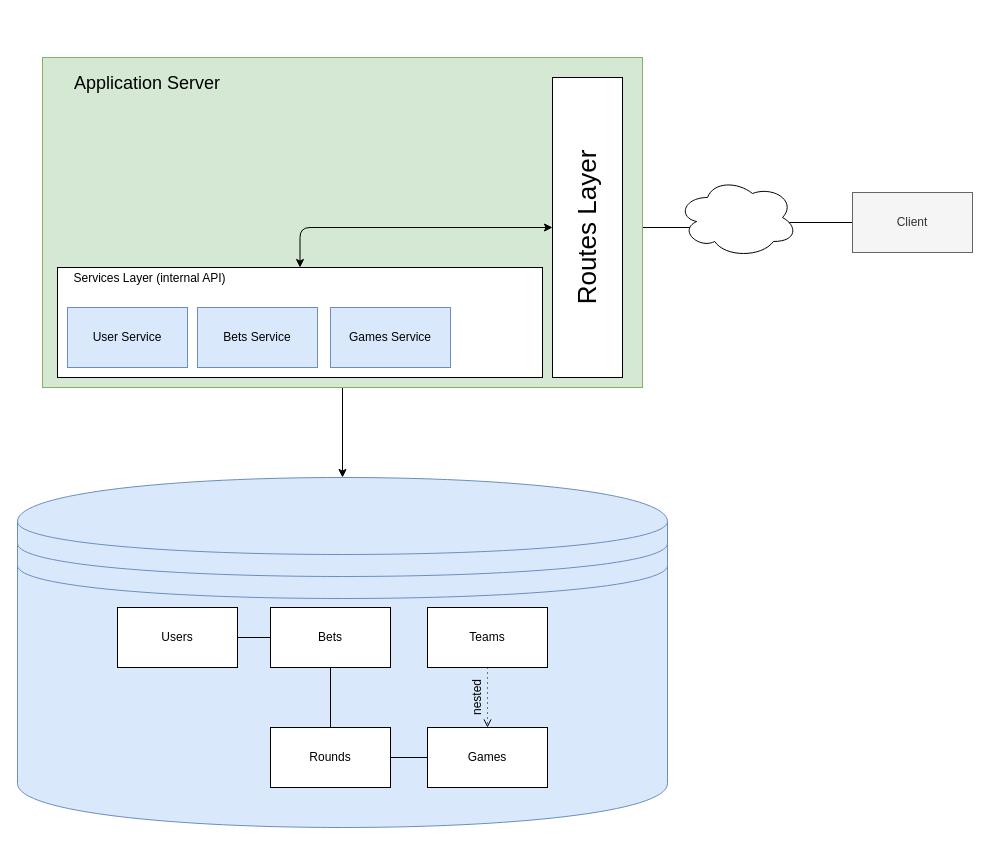
Earlier version of the draw.io diagram docs/images/architecture.drawio (msc-dtss/super6assignment). Source tidied: cells renumbered, new cells numbered last; positions are measured from the earlier drawing's top-left corner, leaving out a move shared by most shapes. Both pictures are drawn from the tidied source at 100%, with x=0, y=0 at pixel (17, 57).
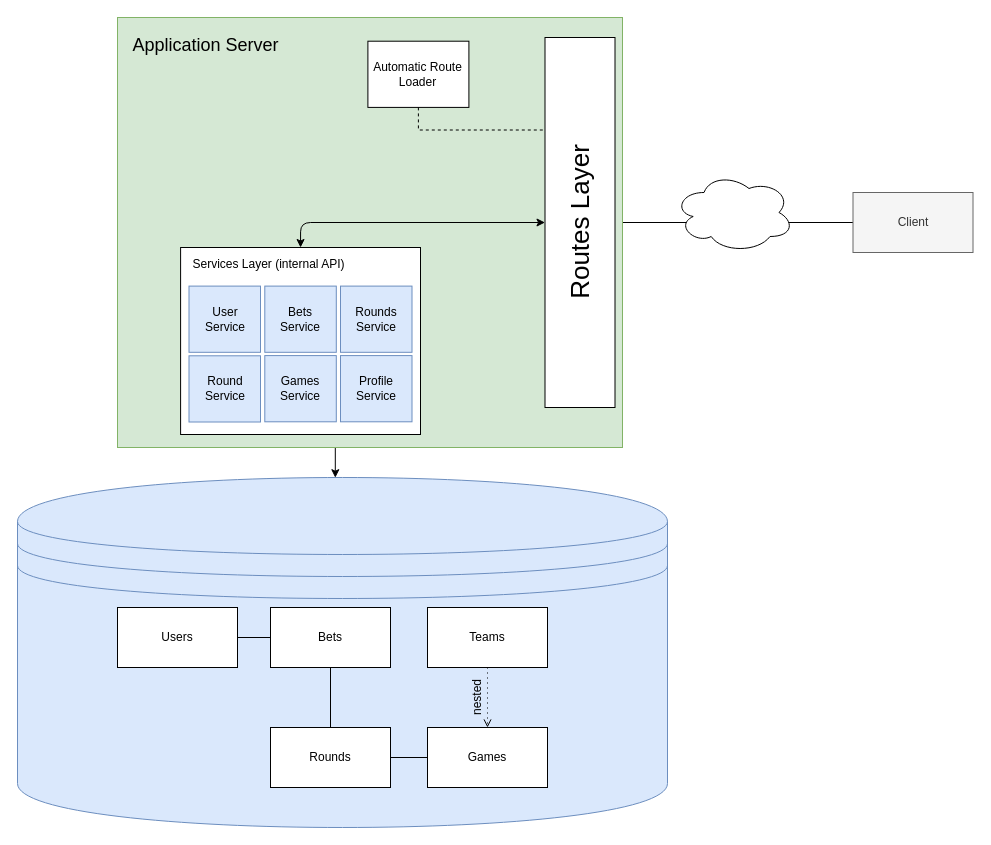
The same page after the edit.

The change refers to these unchanged cells:
```xml
<mxCell id="2" style="shape=datastore;whiteSpace=wrap;html=1;fillColor=#dae8fc;strokeColor=#6c8ebf;" parent="1" vertex="1">
  <mxGeometry y="420" width="650" height="350" as="geometry" />
</mxCell>
```

Diff of the diagram source:
```diff
@@
-    <mxCell id="3" style="edgeStyle=orthogonalEdgeStyle;rounded=0;jettySize=auto;html=1;entryX=0.5;entryY=0;entryDx=0;entryDy=0;" parent="1" edge="1" source="18" target="2">
-      <mxGeometry relative="1" as="geometry" />
+    <mxCell id="3" style="edgeStyle=orthogonalEdgeStyle;rounded=0;orthogonalLoop=1;jettySize=auto;html=1;entryX=0.5;entryY=0;entryDx=0;entryDy=0;" parent="1" edge="1">
+      <mxGeometry relative="1" as="geometry">
+        <mxPoint x="317.8" y="390" as="sourcePoint" />
+        <mxPoint x="317.8" y="420.2" as="targetPoint" />
+      </mxGeometry>
     </mxCell>
@@
     <mxCell id="14" style="ellipse;shape=cloud;whiteSpace=wrap;html=1;fontSize=26;" parent="1" vertex="1">
-      <mxGeometry x="660" y="120" width="120" height="80" as="geometry" />
+      <mxGeometry x="656.5" y="115" width="120" height="80" as="geometry" />
     </mxCell>
@@
     <mxCell id="16" value="Client" style="rounded=0;whiteSpace=wrap;html=1;fillColor=#f5f5f5;strokeColor=#666666;fontColor=#333333;" parent="1" vertex="1">
-      <mxGeometry x="835" y="135" width="120" height="60" as="geometry" />
+      <mxGeometry x="835.5" y="135" width="120" height="60" as="geometry" />
     </mxCell>
     <mxCell id="17" style="group;" parent="1" vertex="1">
-      <mxGeometry x="25" width="600" height="330" as="geometry" />
+      <mxGeometry x="100" y="-40" width="505" height="430" as="geometry" />
     </mxCell>
     <mxCell id="18" style="rounded=0;whiteSpace=wrap;html=1;fillColor=#d5e8d4;strokeColor=#82b366;" parent="17" vertex="1">
-      <mxGeometry width="600" height="330" as="geometry" />
+      <mxGeometry width="505" height="430" as="geometry" />
     </mxCell>
     <mxCell id="19" style="rounded=0;whiteSpace=wrap;html=1;fillColor=#ffffff;gradientColor=none;" parent="17" vertex="1">
-      <mxGeometry x="15" y="210" width="485" height="110" as="geometry" />
+      <mxGeometry x="63.1" y="230" width="239.9" height="187" as="geometry" />
     </mxCell>
     <mxCell id="20" value="&lt;font style=&quot;font-size: 18px&quot;&gt;Application Server&lt;/font&gt;" style="text;html=1;strokeColor=none;fillColor=none;align=center;verticalAlign=middle;whiteSpace=wrap;rounded=0;" parent="17" vertex="1">
-      <mxGeometry width="210" height="51.6" as="geometry" />
+      <mxGeometry width="176.8" height="56.9" as="geometry" />
     </mxCell>
     <mxCell id="21" value="Services Layer (internal API)" style="text;html=1;strokeColor=none;fillColor=none;align=center;verticalAlign=middle;whiteSpace=wrap;rounded=0;" parent="17" vertex="1">
-      <mxGeometry x="15" y="210" width="185" height="21" as="geometry" />
+      <mxGeometry x="63" y="235" width="177" height="23" as="geometry" />
     </mxCell>
-    <mxCell id="22" value="User Service" style="rounded=0;whiteSpace=wrap;html=1;fillColor=#dae8fc;strokeColor=#6c8ebf;" parent="17" vertex="1">
-      <mxGeometry x="25" y="250" width="120" height="60" as="geometry" />
+    <mxCell id="22" value="User&lt;br&gt;Service" style="rounded=0;whiteSpace=wrap;html=1;fillColor=#dae8fc;strokeColor=#6c8ebf;" parent="17" vertex="1">
+      <mxGeometry x="71.5" y="268.6" width="71.5" height="66.2" as="geometry" />
     </mxCell>
-    <mxCell id="23" value="Bets Service" style="rounded=0;whiteSpace=wrap;html=1;fillColor=#dae8fc;strokeColor=#6c8ebf;" parent="17" vertex="1">
-      <mxGeometry x="155" y="250" width="120" height="60" as="geometry" />
+    <mxCell id="23" value="Bets&lt;br&gt;Service" style="rounded=0;whiteSpace=wrap;html=1;fillColor=#dae8fc;strokeColor=#6c8ebf;" parent="17" vertex="1">
+      <mxGeometry x="147.3" y="268.6" width="71.5" height="66.2" as="geometry" />
     </mxCell>
     <mxCell id="24" value="Games Service" style="rounded=0;whiteSpace=wrap;html=1;fillColor=#dae8fc;strokeColor=#6c8ebf;" parent="17" vertex="1">
-      <mxGeometry x="288" y="250" width="120" height="60" as="geometry" />
+      <mxGeometry x="147.3" y="338.1" width="71.5" height="66.2" as="geometry" />
     </mxCell>
+    <mxCell id="27" value="Automatic Route Loader" style="rounded=0;whiteSpace=wrap;html=1;" parent="17" vertex="1">
+      <mxGeometry x="250.4" y="23.7" width="101" height="66.2" as="geometry" />
+    </mxCell>
+    <mxCell id="28" value="Profile Service" style="rounded=0;whiteSpace=wrap;html=1;fillColor=#dae8fc;strokeColor=#6c8ebf;" parent="17" vertex="1">
+      <mxGeometry x="223" y="338.1" width="71.5" height="66.2" as="geometry" />
+    </mxCell>
+    <mxCell id="29" value="Round Service" style="rounded=0;whiteSpace=wrap;html=1;fillColor=#dae8fc;strokeColor=#6c8ebf;" parent="17" vertex="1">
+      <mxGeometry x="71.5" y="338.3" width="71.5" height="66.2" as="geometry" />
+    </mxCell>
+    <mxCell id="30" value="Rounds Service" style="rounded=0;whiteSpace=wrap;html=1;fillColor=#dae8fc;strokeColor=#6c8ebf;" parent="17" vertex="1">
+      <mxGeometry x="223" y="268.6" width="71.5" height="66.2" as="geometry" />
+    </mxCell>
     <mxCell id="25" value="Routes Layer" style="rounded=0;whiteSpace=wrap;html=1;horizontal=0;fontSize=26;" parent="1" vertex="1">
-      <mxGeometry x="535" y="20" width="70" height="300" as="geometry" />
+      <mxGeometry x="527.5" y="-20" width="70" height="370" as="geometry" />
     </mxCell>
@@
+    <mxCell id="31" style="edgeStyle=orthogonalEdgeStyle;rounded=0;jettySize=auto;html=1;exitX=0.5;exitY=1;exitDx=0;exitDy=0;entryX=0;entryY=0.25;entryDx=0;entryDy=0;dashed=1;endArrow=none;endFill=0;" parent="1" edge="1" source="27" target="25">
+      <mxGeometry relative="1" as="geometry">
+        <Array as="points">
+          <mxPoint x="401" y="73" />
+        </Array>
+      </mxGeometry>
+    </mxCell>
```
